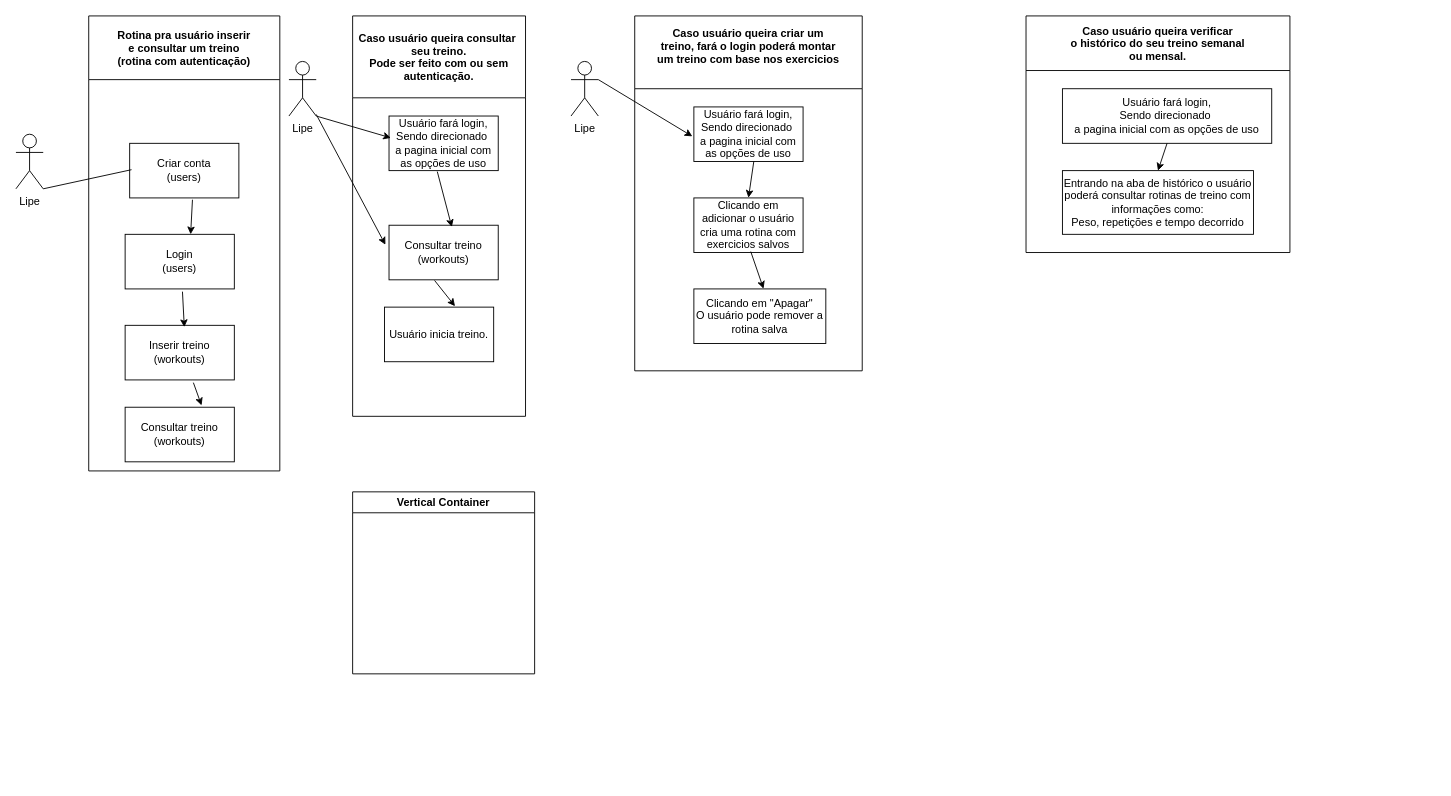
The draw.io diagram Docs/Database/Untitled Diagram.drawio in Guilherme-Lopes-dev/Lightweight, before the edit. Source tidied: cells renumbered, new cells numbered last; positions are measured from the earlier drawing's top-left corner, leaving out a move shared by most shapes. Both pictures are drawn from the tidied source at 91%, with x=0, y=0 at pixel (15, 15).
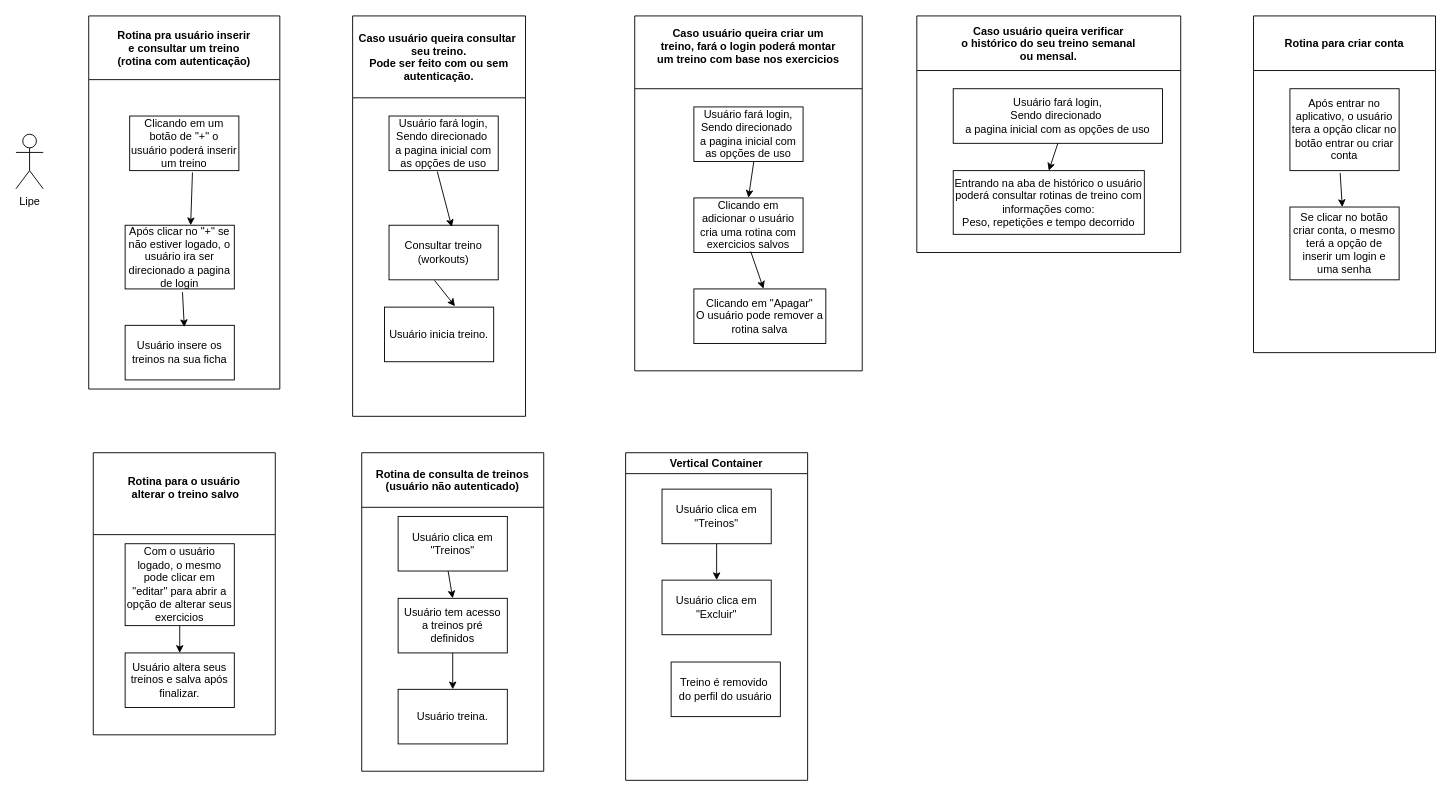
After the change.

The change refers to these unchanged cells:
```xml
<mxCell id="2" value="Lipe&lt;br&gt;" style="shape=umlActor;verticalLabelPosition=bottom;verticalAlign=top;html=1;outlineConnect=0;" parent="1" vertex="1">
  <mxGeometry y="130" width="30" height="60" as="geometry" />
</mxCell>
<mxCell id="14" value="Usuário fará login,&lt;br&gt;Sendo direcionado&amp;nbsp;&lt;br&gt;a pagina inicial com as opções de uso" style="rounded=0;whiteSpace=wrap;html=1;" parent="13" vertex="1">
  <mxGeometry x="40" y="110" width="120" height="60" as="geometry" />
</mxCell>
<mxCell id="15" value="Consultar treino&lt;br&gt;(workouts)" style="rounded=0;whiteSpace=wrap;html=1;" parent="13" vertex="1">
  <mxGeometry x="40" y="230" width="120" height="60" as="geometry" />
</mxCell>
<mxCell id="21" value="Usuário fará login,&lt;br&gt;Sendo direcionado&amp;nbsp;&lt;br&gt;a pagina inicial com as opções de uso" style="rounded=0;whiteSpace=wrap;html=1;gradientColor=none;" parent="20" vertex="1">
  <mxGeometry x="65" y="100" width="120" height="60" as="geometry" />
</mxCell>
```

The edit, as a diff of the source:
```diff
@@
     <mxCell id="3" value="Rotina pra usuário inserir&#10;e consultar um treino&#10;(rotina com autenticação)" style="swimlane;startSize=70;" parent="1" vertex="1">
-      <mxGeometry x="80" width="210" height="500" as="geometry" />
+      <mxGeometry x="80" width="210" height="410" as="geometry" />
     </mxCell>
-    <mxCell id="4" value="Inserir treino&lt;br&gt;(workouts)&lt;br&gt;" style="rounded=0;whiteSpace=wrap;html=1;" parent="3" vertex="1">
+    <mxCell id="4" value="Usuário insere os treinos na sua ficha" style="rounded=0;whiteSpace=wrap;html=1;" parent="3" vertex="1">
       <mxGeometry x="40" y="340" width="120" height="60" as="geometry" />
     </mxCell>
-    <mxCell id="5" value="Consultar treino&lt;br&gt;(workouts)" style="rounded=0;whiteSpace=wrap;html=1;" parent="3" vertex="1">
-      <mxGeometry x="40" y="430" width="120" height="60" as="geometry" />
-    </mxCell>
-    <mxCell id="6" style="endArrow=classic;html=1;rounded=0;entryX=0.7;entryY=-0.033;entryDx=0;entryDy=0;entryPerimeter=0;exitX=0.625;exitY=1.05;exitDx=0;exitDy=0;exitPerimeter=0;" parent="3" edge="1" source="4" target="5">
-      <mxGeometry relative="1" as="geometry" />
-    </mxCell>
-    <mxCell id="7" value="Criar conta&lt;br&gt;(users)" style="rounded=0;whiteSpace=wrap;html=1;" parent="3" vertex="1">
-      <mxGeometry x="45" y="140" width="120" height="60" as="geometry" />
+    <mxCell id="7" value="Clicando em um botão de &quot;+&quot; o usuário poderá inserir um treino" style="rounded=0;whiteSpace=wrap;html=1;" parent="3" vertex="1">
+      <mxGeometry x="45" y="110" width="120" height="60" as="geometry" />
     </mxCell>
-    <mxCell id="8" value="Login&lt;br&gt;(users)" style="rounded=0;whiteSpace=wrap;html=1;" parent="3" vertex="1">
-      <mxGeometry x="40" y="240" width="120" height="60" as="geometry" />
+    <mxCell id="8" value="Após clicar no &quot;+&quot; se não estiver logado, o usuário ira ser direcionado a pagina de login" style="rounded=0;whiteSpace=wrap;html=1;" parent="3" vertex="1">
+      <mxGeometry x="40" y="230" width="120" height="70" as="geometry" />
     </mxCell>
@@
-    <mxCell id="11" style="endArrow=none;html=1;rounded=0;exitX=1;exitY=1;exitDx=0;exitDy=0;exitPerimeter=0;entryX=0.017;entryY=0.483;entryDx=0;entryDy=0;entryPerimeter=0;" parent="1" edge="1" source="2" target="7">
-      <mxGeometry relative="1" as="geometry" />
-    </mxCell>
-    <mxCell id="12" value="Lipe&lt;br&gt;" style="shape=umlActor;verticalLabelPosition=bottom;verticalAlign=top;html=1;outlineConnect=0;" parent="1" vertex="1">
-      <mxGeometry x="300" y="50" width="30" height="60" as="geometry" />
-    </mxCell>
@@
-    <mxCell id="19" style="endArrow=classic;html=1;rounded=0;exitX=1;exitY=1;exitDx=0;exitDy=0;exitPerimeter=0;entryX=0.017;entryY=0.4;entryDx=0;entryDy=0;entryPerimeter=0;" parent="1" edge="1" source="12" target="14">
-      <mxGeometry relative="1" as="geometry" />
-    </mxCell>
@@
-    <mxCell id="26" style="endArrow=classic;html=1;rounded=0;entryX=-0.033;entryY=0.358;entryDx=0;entryDy=0;entryPerimeter=0;" parent="1" edge="1" source="12" target="15">
-      <mxGeometry relative="1" as="geometry" />
-    </mxCell>
-    <mxCell id="27" value="Lipe&lt;br&gt;" style="shape=umlActor;verticalLabelPosition=bottom;verticalAlign=top;html=1;outlineConnect=0;" parent="1" vertex="1">
-      <mxGeometry x="610" y="50" width="30" height="60" as="geometry" />
-    </mxCell>
-    <mxCell id="28" style="endArrow=classic;html=1;rounded=0;exitX=1;exitY=0.3333333333333333;exitDx=0;exitDy=0;exitPerimeter=0;entryX=-0.014;entryY=0.539;entryDx=0;entryDy=0;entryPerimeter=0;" parent="1" edge="1" source="27" target="21">
-      <mxGeometry relative="1" as="geometry" />
-    </mxCell>
     <mxCell id="29" value="Caso usuário queira verificar&#10;o histórico do seu treino semanal&#10;ou mensal." style="swimlane;rounded=0;gradientColor=none;startSize=60;" parent="1" vertex="1">
-      <mxGeometry x="1110" width="290" height="260" as="geometry" />
+      <mxGeometry x="990" width="290" height="260" as="geometry" />
     </mxCell>
@@
+    <mxCell id="34" value="Rotina para criar conta" style="swimlane;startSize=60;" parent="1" vertex="1">
+      <mxGeometry x="1360" width="200" height="370" as="geometry" />
+    </mxCell>
+    <mxCell id="35" value="Após entrar no aplicativo, o usuário tera a opção clicar no botão entrar ou criar conta" style="rounded=0;whiteSpace=wrap;html=1;" parent="34" vertex="1">
+      <mxGeometry x="40" y="80" width="120" height="90" as="geometry" />
+    </mxCell>
+    <mxCell id="36" value="Se clicar no botão criar conta, o mesmo terá a opção de inserir um login e uma senha" style="rounded=0;whiteSpace=wrap;html=1;" parent="34" vertex="1">
+      <mxGeometry x="40" y="210" width="120" height="80" as="geometry" />
+    </mxCell>
+    <mxCell id="37" style="endArrow=classic;html=1;rounded=0;exitX=0.46;exitY=1.028;exitDx=0;exitDy=0;exitPerimeter=0;" parent="34" edge="1" source="35" target="36">
+      <mxGeometry relative="1" as="geometry" />
+    </mxCell>
+    <mxCell id="38" value="Rotina para o usuário&#10; alterar o treino salvo&#10;" style="swimlane;startSize=90;" parent="1" vertex="1">
+      <mxGeometry x="85" y="480" width="200" height="310" as="geometry" />
+    </mxCell>
+    <mxCell id="39" value="Com o usuário logado, o mesmo pode clicar em &quot;editar&quot; para abrir a opção de alterar seus exercicios&lt;br&gt;" style="whiteSpace=wrap;html=1;" parent="38" vertex="1">
+      <mxGeometry x="35" y="100" width="120" height="90" as="geometry" />
+    </mxCell>
+    <mxCell id="40" value="Usuário altera seus treinos e salva após finalizar." style="rounded=0;whiteSpace=wrap;html=1;" parent="38" vertex="1">
+      <mxGeometry x="35" y="220" width="120" height="60" as="geometry" />
+    </mxCell>
+    <mxCell id="41" style="endArrow=classic;html=1;rounded=0;exitX=0.5;exitY=1;exitDx=0;exitDy=0;" parent="38" edge="1" source="39" target="40">
+      <mxGeometry relative="1" as="geometry" />
+    </mxCell>
+    <mxCell id="42" value="Rotina de consulta de treinos&#10;(usuário não autenticado)" style="swimlane;startSize=60;" parent="1" vertex="1">
+      <mxGeometry x="380" y="480" width="200" height="350" as="geometry" />
+    </mxCell>
+    <mxCell id="43" value="Usuário clica em &quot;Treinos&quot;&lt;br&gt;" style="rounded=0;whiteSpace=wrap;html=1;" parent="42" vertex="1">
+      <mxGeometry x="40" y="70" width="120" height="60" as="geometry" />
+    </mxCell>
+    <mxCell id="44" value="Usuário tem acesso&lt;br&gt;a treinos pré definidos&lt;br&gt;" style="rounded=0;whiteSpace=wrap;html=1;" parent="42" vertex="1">
+      <mxGeometry x="40" y="160" width="120" height="60" as="geometry" />
+    </mxCell>
+    <mxCell id="45" value="Usuário treina." style="rounded=0;whiteSpace=wrap;html=1;" parent="42" vertex="1">
+      <mxGeometry x="40" y="260" width="120" height="60" as="geometry" />
+    </mxCell>
+    <mxCell id="46" style="endArrow=classic;html=1;rounded=0;exitX=0.5;exitY=1;exitDx=0;exitDy=0;" parent="42" edge="1" source="44" target="45">
+      <mxGeometry relative="1" as="geometry" />
+    </mxCell>
+    <mxCell id="47" style="endArrow=classic;html=1;rounded=0;exitX=0.458;exitY=1.002;exitDx=0;exitDy=0;exitPerimeter=0;entryX=0.5;entryY=0;entryDx=0;entryDy=0;" parent="42" edge="1" source="43" target="44">
+      <mxGeometry relative="1" as="geometry" />
+    </mxCell>
     <mxCell id="33" value="Vertical Container" style="swimlane;" parent="1" vertex="1">
-      <mxGeometry x="370" y="523" width="200" height="200" as="geometry" />
+      <mxGeometry x="670" y="480" width="200" height="360" as="geometry" />
     </mxCell>
+    <mxCell id="48" value="Usuário clica em &quot;Excluir&quot;&lt;br&gt;" style="whiteSpace=wrap;html=1;" parent="33" vertex="1">
+      <mxGeometry x="40" y="140" width="120" height="60" as="geometry" />
+    </mxCell>
+    <mxCell id="49" value="Treino é removido&amp;nbsp;&lt;br&gt;do perfil do usuário" style="rounded=0;whiteSpace=wrap;html=1;" parent="33" vertex="1">
+      <mxGeometry x="50" y="230" width="120" height="60" as="geometry" />
+    </mxCell>
+    <mxCell id="50" value="Usuário clica em &quot;Treinos&quot;" style="whiteSpace=wrap;html=1;" parent="1" vertex="1">
+      <mxGeometry x="710" y="520" width="120" height="60" as="geometry" />
+    </mxCell>
+    <mxCell id="51" style="endArrow=classic;html=1;rounded=0;entryX=0.5;entryY=0;entryDx=0;entryDy=0;exitX=0.5;exitY=1;exitDx=0;exitDy=0;" parent="1" edge="1" source="50" target="48">
+      <mxGeometry relative="1" as="geometry" />
+    </mxCell>
```
